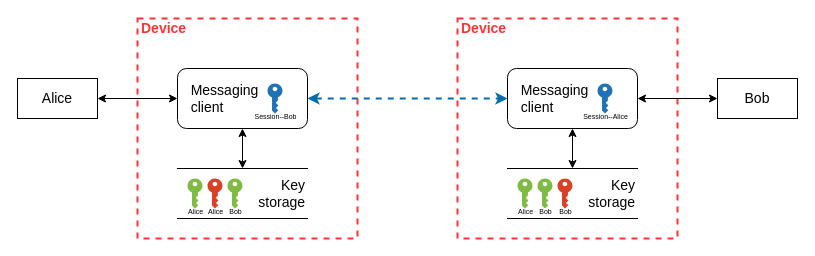
kkredit/confronting-wicked-crypto keeps this draw.io diagram as dfds/DIM-level-1-crypto-E2E-P2P.drawio. Above is the earlier version. Source tidied: cells renumbered, new cells numbered last; positions are measured from the earlier drawing's top-left corner, leaving out a move shared by most shapes. Both pictures are drawn from the tidied source at 100%, with x=0, y=0 at pixel (17, 18).
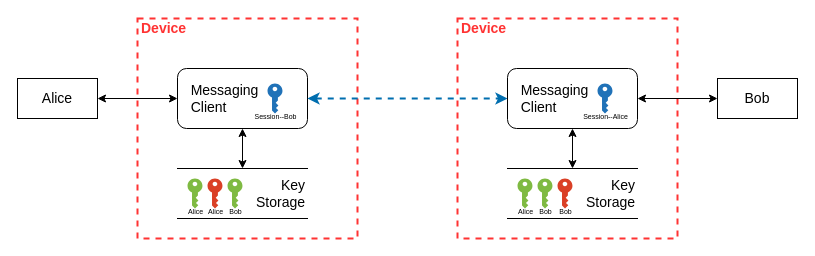
After the change.

Change to the diagram source:
```diff
@@
-    <mxCell id="4" value="&lt;blockquote style=&quot;margin: 0 0 0 40px ; border: none ; padding: 0px&quot;&gt;&lt;/blockquote&gt;&lt;span style=&quot;font-size: 14px&quot;&gt;Key&lt;/span&gt;&lt;br&gt;&lt;font style=&quot;font-size: 14px&quot;&gt;storage&lt;/font&gt;" style="shape=partialRectangle;whiteSpace=wrap;html=1;left=0;right=0;fillColor=none;align=right;" parent="1" vertex="1">
+    <mxCell id="4" value="&lt;blockquote style=&quot;margin: 0 0 0 40px ; border: none ; padding: 0px&quot;&gt;&lt;/blockquote&gt;&lt;span style=&quot;font-size: 14px&quot;&gt;Key&lt;/span&gt;&lt;br&gt;&lt;font style=&quot;font-size: 14px&quot;&gt;Storage&lt;/font&gt;" style="shape=partialRectangle;whiteSpace=wrap;html=1;left=0;right=0;fillColor=none;align=right;" parent="1" vertex="1">
       <mxGeometry x="160" y="150" width="130" height="50" as="geometry" />
     </mxCell>
@@
-    <mxCell id="7" value="&lt;font style=&quot;font-size: 14px&quot;&gt;&amp;nbsp; &amp;nbsp;Messaging&lt;br&gt;&lt;/font&gt;&lt;font style=&quot;font-size: 14px&quot;&gt;&amp;nbsp; &amp;nbsp;client&lt;/font&gt;" style="rounded=1;whiteSpace=wrap;html=1;align=left;" parent="1" vertex="1">
+    <mxCell id="7" value="&lt;font style=&quot;font-size: 14px&quot;&gt;&amp;nbsp; &amp;nbsp;Messaging&lt;br&gt;&lt;/font&gt;&lt;font style=&quot;font-size: 14px&quot;&gt;&amp;nbsp; &amp;nbsp;Client&lt;/font&gt;" style="rounded=1;whiteSpace=wrap;html=1;align=left;" parent="1" vertex="1">
       <mxGeometry x="160" y="50" width="130" height="60" as="geometry" />
     </mxCell>
@@
-    <mxCell id="16" value="&lt;blockquote style=&quot;margin: 0 0 0 40px ; border: none ; padding: 0px&quot;&gt;&lt;/blockquote&gt;&lt;span style=&quot;font-size: 14px&quot;&gt;Key&lt;/span&gt;&lt;br&gt;&lt;font style=&quot;font-size: 14px&quot;&gt;storage&lt;/font&gt;" style="shape=partialRectangle;whiteSpace=wrap;html=1;left=0;right=0;fillColor=none;align=right;" parent="1" vertex="1">
+    <mxCell id="16" value="&lt;blockquote style=&quot;margin: 0 0 0 40px ; border: none ; padding: 0px&quot;&gt;&lt;/blockquote&gt;&lt;span style=&quot;font-size: 14px&quot;&gt;Key&lt;/span&gt;&lt;br&gt;&lt;font style=&quot;font-size: 14px&quot;&gt;Storage&lt;/font&gt;" style="shape=partialRectangle;whiteSpace=wrap;html=1;left=0;right=0;fillColor=none;align=right;" parent="1" vertex="1">
       <mxGeometry x="490" y="150" width="130" height="50" as="geometry" />
     </mxCell>
-    <mxCell id="17" value="&lt;font style=&quot;font-size: 14px&quot;&gt;&amp;nbsp; &amp;nbsp;Messaging&lt;br&gt;&lt;/font&gt;&lt;font style=&quot;font-size: 14px&quot;&gt;&amp;nbsp; &amp;nbsp;client&lt;/font&gt;" style="rounded=1;whiteSpace=wrap;html=1;align=left;" parent="1" vertex="1">
+    <mxCell id="17" value="&lt;font style=&quot;font-size: 14px&quot;&gt;&amp;nbsp; &amp;nbsp;Messaging&lt;br&gt;&lt;/font&gt;&lt;font style=&quot;font-size: 14px&quot;&gt;&amp;nbsp; &amp;nbsp;Client&lt;/font&gt;" style="rounded=1;whiteSpace=wrap;html=1;align=left;" parent="1" vertex="1">
       <mxGeometry x="490" y="50" width="130" height="60" as="geometry" />
     </mxCell>
```
